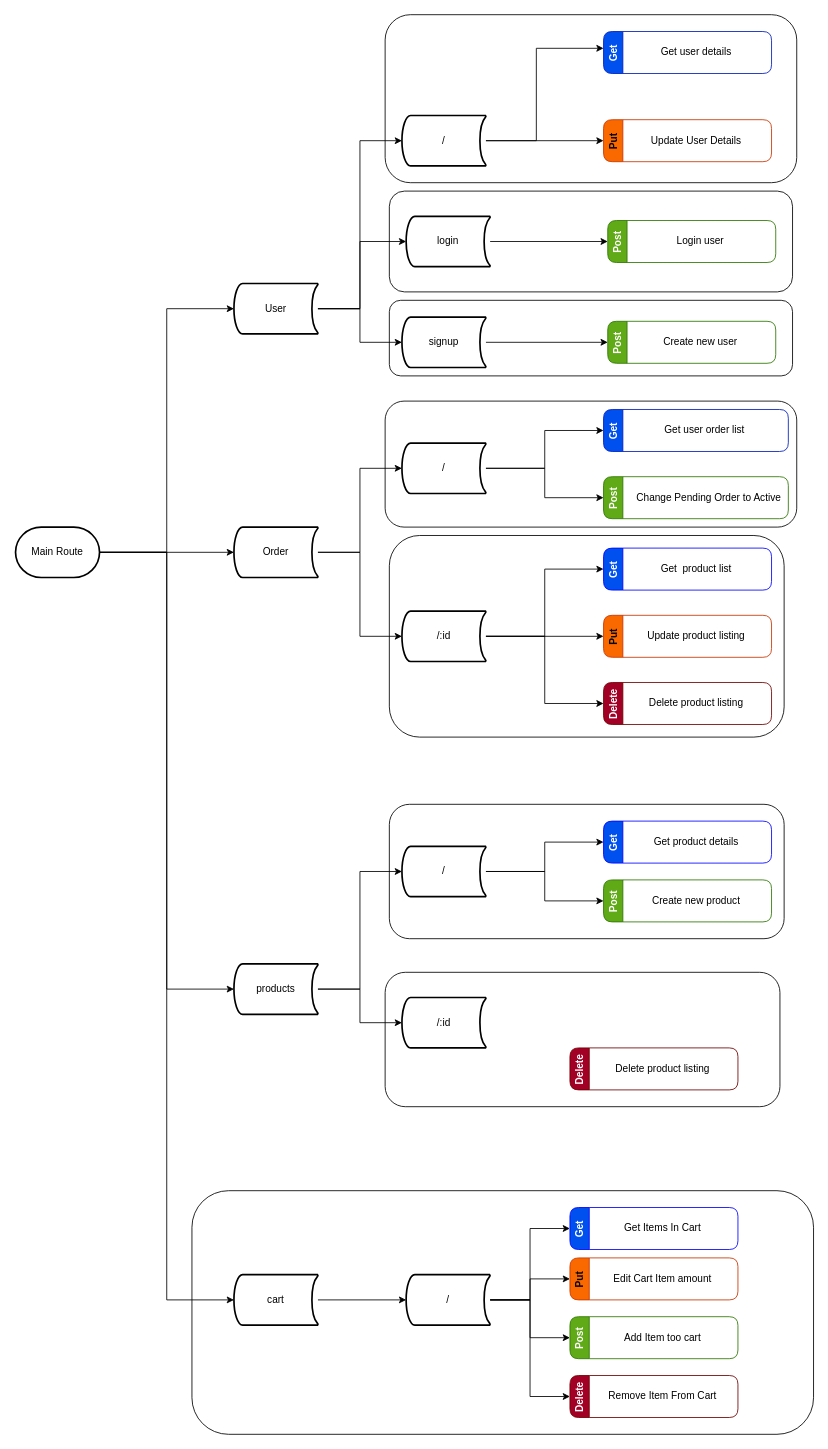
Earlier version of the draw.io diagram docs/Endpoint Mapping.drawio (XsAndre-L/Storefront-Backend---Express). Source tidied: cells renumbered, new cells numbered last; positions are measured from the earlier drawing's top-left corner, leaving out a move shared by most shapes. Both pictures are drawn from the tidied source at 84%, with x=0, y=0 at pixel (15, 14).
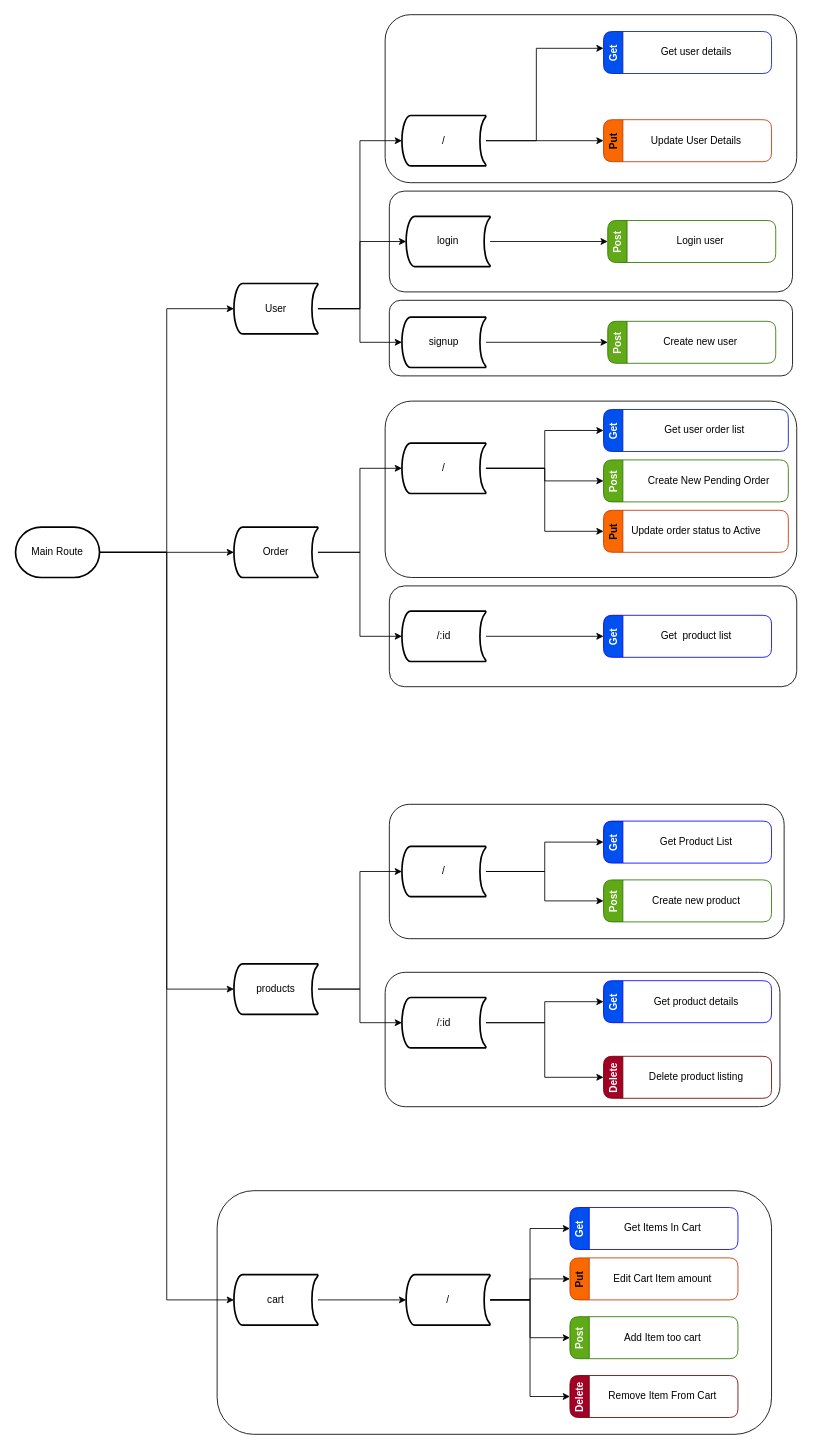
The same diagram, later.

Unchanged cells that the change refers to:
```xml
<mxCell id="45" value="/" style="strokeWidth=2;html=1;shape=mxgraph.flowchart.stored_data;whiteSpace=wrap;" parent="1" vertex="1">
  <mxGeometry x="460" y="510" width="100" height="60" as="geometry" />
</mxCell>
<mxCell id="49" value="/:id" style="strokeWidth=2;html=1;shape=mxgraph.flowchart.stored_data;whiteSpace=wrap;" parent="1" vertex="1">
  <mxGeometry x="460" y="710" width="100" height="60" as="geometry" />
</mxCell>
<mxCell id="60" value="/:id" style="strokeWidth=2;html=1;shape=mxgraph.flowchart.stored_data;whiteSpace=wrap;" parent="1" vertex="1">
  <mxGeometry x="460" y="1170" width="100" height="60" as="geometry" />
</mxCell>
<mxCell id="63" value="Get" style="swimlane;horizontal=0;fillColor=#0050ef;fontColor=#ffffff;strokeColor=#0000FF;rounded=1;" parent="1" vertex="1">
  <mxGeometry x="700" y="960" width="200" height="50" as="geometry" />
</mxCell>
```

Change to the diagram source:
```diff
@@
     <mxCell id="2" style="rounded=1;whiteSpace=wrap;html=1;" parent="1" vertex="1">
-      <mxGeometry x="210" y="1400" width="740" height="290" as="geometry" />
+      <mxGeometry x="240" y="1400" width="660" height="290" as="geometry" />
     </mxCell>
@@
     <mxCell id="8" style="rounded=1;whiteSpace=wrap;html=1;" parent="1" vertex="1">
-      <mxGeometry x="445" y="620" width="470" height="240" as="geometry" />
+      <mxGeometry x="445" y="680" width="485" height="120" as="geometry" />
     </mxCell>
     <mxCell id="9" style="rounded=1;whiteSpace=wrap;html=1;" parent="1" vertex="1">
-      <mxGeometry x="440" y="460" width="490" height="150" as="geometry" />
+      <mxGeometry x="440" y="460" width="490" height="210" as="geometry" />
     </mxCell>
@@
+    <mxCell id="82" style="edgeStyle=orthogonalEdgeStyle;rounded=0;jettySize=auto;html=1;entryX=0;entryY=0.5;entryDx=0;entryDy=0;" parent="1" edge="1" source="45" target="56">
+      <mxGeometry relative="1" as="geometry" />
+    </mxCell>
@@
-    <mxCell id="47" style="edgeStyle=orthogonalEdgeStyle;rounded=0;jettySize=auto;html=1;entryX=0;entryY=0.5;entryDx=0;entryDy=0;" parent="1" edge="1" source="49" target="56">
-      <mxGeometry relative="1" as="geometry" />
-    </mxCell>
-    <mxCell id="48" style="edgeStyle=orthogonalEdgeStyle;rounded=0;jettySize=auto;html=1;entryX=0;entryY=0.5;entryDx=0;entryDy=0;" parent="1" edge="1" source="49" target="58">
-      <mxGeometry relative="1" as="geometry" />
-    </mxCell>
@@
     <mxCell id="52" value="Post" style="swimlane;horizontal=0;fillColor=#60a917;fontColor=#ffffff;strokeColor=#2D7600;startSize=23;rounded=1;" parent="1" vertex="1">
-      <mxGeometry x="700" y="550" width="220" height="50" as="geometry" />
+      <mxGeometry x="700" y="530" width="220" height="50" as="geometry" />
     </mxCell>
-    <mxCell id="53" value="Change Pending Order to Active" style="text;html=1;align=center;verticalAlign=middle;strokeColor=none;fillColor=none;" parent="52" vertex="1">
-      <mxGeometry x="30" y="15" width="190" height="20" as="geometry" />
+    <mxCell id="53" value="Create New Pending Order" style="text;html=1;align=center;verticalAlign=middle;strokeColor=none;fillColor=none;" parent="52" vertex="1">
+      <mxGeometry x="45" y="15" width="160" height="20" as="geometry" />
     </mxCell>
     <mxCell id="54" value="Get" style="swimlane;horizontal=0;fillColor=#0050ef;fontColor=#ffffff;strokeColor=#0000FF;rounded=1;" parent="1" vertex="1">
-      <mxGeometry x="700" y="635" width="200" height="50" as="geometry" />
+      <mxGeometry x="700" y="715" width="200" height="50" as="geometry" />
     </mxCell>
@@
-    <mxCell id="56" value="Put" style="swimlane;horizontal=0;fillColor=#fa6800;fontColor=#000000;strokeColor=#C73500;startSize=23;rounded=1;" parent="1" vertex="1">
-      <mxGeometry x="700" y="715" width="200" height="50" as="geometry" />
-    </mxCell>
-    <mxCell id="57" value="Update product listing" style="text;html=1;align=center;verticalAlign=middle;strokeColor=none;fillColor=none;rounded=1;" parent="56" vertex="1">
-      <mxGeometry x="45" y="15" width="130" height="20" as="geometry" />
-    </mxCell>
-    <mxCell id="58" value="Delete" style="swimlane;horizontal=0;fillColor=#a20025;fontColor=#ffffff;strokeColor=#6F0000;startSize=23;rounded=1;" parent="1" vertex="1">
-      <mxGeometry x="700" y="795" width="200" height="50" as="geometry" />
-    </mxCell>
-    <mxCell id="59" value="Delete product listing" style="text;html=1;align=center;verticalAlign=middle;strokeColor=none;fillColor=none;" parent="58" vertex="1">
-      <mxGeometry x="45" y="15" width="130" height="20" as="geometry" />
-    </mxCell>
+    <mxCell id="83" style="edgeStyle=orthogonalEdgeStyle;rounded=0;jettySize=auto;html=1;entryX=0;entryY=0.5;entryDx=0;entryDy=0;" parent="1" edge="1" source="60" target="61">
+      <mxGeometry relative="1" as="geometry" />
+    </mxCell>
+    <mxCell id="84" style="edgeStyle=orthogonalEdgeStyle;rounded=0;jettySize=auto;html=1;entryX=0;entryY=0.5;entryDx=0;entryDy=0;" parent="1" edge="1" source="60" target="86">
+      <mxGeometry relative="1" as="geometry" />
+    </mxCell>
@@
     <mxCell id="61" value="Delete" style="swimlane;horizontal=0;fillColor=#a20025;fontColor=#ffffff;strokeColor=#6F0000;startSize=23;rounded=1;" parent="1" vertex="1">
-      <mxGeometry x="660" y="1230" width="200" height="50" as="geometry" />
+      <mxGeometry x="700" y="1240" width="200" height="50" as="geometry" />
     </mxCell>
@@
-    <mxCell id="64" value="Get product details" style="text;html=1;align=center;verticalAlign=middle;strokeColor=none;fillColor=none;" parent="63" vertex="1">
-      <mxGeometry x="50" y="15" width="120" height="20" as="geometry" />
+    <mxCell id="64" value="Get Product List" style="text;html=1;align=center;verticalAlign=middle;strokeColor=none;fillColor=none;" parent="63" vertex="1">
+      <mxGeometry x="60" y="15" width="100" height="20" as="geometry" />
     </mxCell>
@@
+    <mxCell id="56" value="Put" style="swimlane;horizontal=0;fillColor=#fa6800;fontColor=#000000;strokeColor=#C73500;startSize=23;rounded=1;" parent="1" vertex="1">
+      <mxGeometry x="700" y="590" width="220" height="50" as="geometry" />
+    </mxCell>
+    <mxCell id="85" value="Update order status to Active" style="text;html=1;align=center;verticalAlign=middle;strokeColor=none;fillColor=none;" parent="56" vertex="1">
+      <mxGeometry x="25" y="15" width="170" height="20" as="geometry" />
+    </mxCell>
+    <mxCell id="86" value="Get" style="swimlane;horizontal=0;fillColor=#0050ef;fontColor=#ffffff;strokeColor=#0000FF;rounded=1;" parent="1" vertex="1">
+      <mxGeometry x="700" y="1150" width="200" height="50" as="geometry" />
+    </mxCell>
+    <mxCell id="87" value="Get product details" style="text;html=1;align=center;verticalAlign=middle;strokeColor=none;fillColor=none;" parent="86" vertex="1">
+      <mxGeometry x="50" y="15" width="120" height="20" as="geometry" />
+    </mxCell>
```
